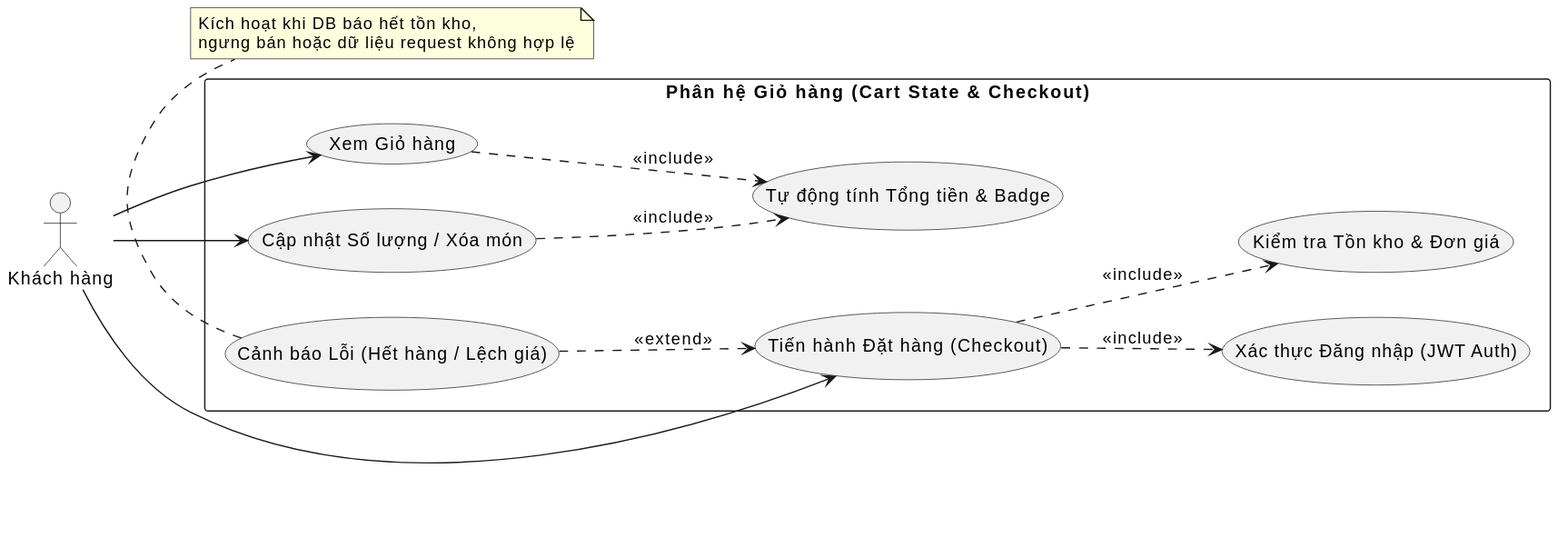
Earlier version of the PlantUML export docs/cart/usecase-cart.svg (ChienPM-27/BrewLite_02).
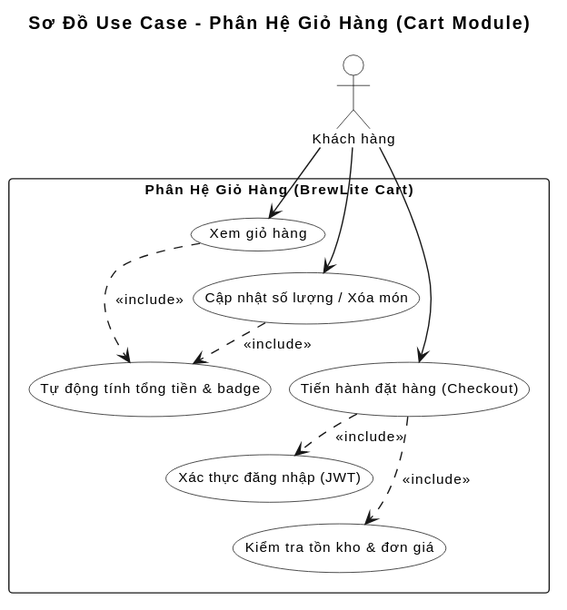
The same file after the commit.

Diff of the diagram source:
```diff
@@ -1,19 +1,31 @@
 @startuml
-left to right direction
-skinparam Maincolor #0052cc
-skinparam Backgroundcolor transparent
+title Sơ Đồ Use Case - Phân Hệ Giỏ Hàng (Cart Module)
+
+skinparam defaultFontName Arial
+skinparam shadowing false
+skinparam roundcorner 6
+skinparam defaultFontSize 11
+skinparam nodesep 14
+skinparam ranksep 16
+
+skinparam actor {
+    BackgroundColor white
+    BorderColor black
+}
+skinparam usecase {
+    BackgroundColor white
+    BorderColor black
+}
 
 actor "Khách hàng" as Client
 
-rectangle "Phân hệ Giỏ hàng (Cart State & Checkout)" {
-  usecase "Xem Giỏ hàng" as UC_View
-  usecase "Cập nhật Số lượng / Xóa món" as UC_Edit
-  usecase "Tự động tính Tổng tiền & Badge" as UC_Calc
-
-  usecase "Tiến hành Đặt hàng (Checkout)" as UC_Checkout
-  usecase "Xác thực Đăng nhập (JWT Auth)" as UC_Auth
-  usecase "Kiểm tra Tồn kho & Đơn giá" as UC_Validate
-  usecase "Cảnh báo Lỗi (Hết hàng / Lệch giá)" as UC_Error
+rectangle "Phân Hệ Giỏ Hàng (BrewLite Cart)" {
+    usecase "Xem giỏ hàng" as UC_View
+    usecase "Cập nhật số lượng / Xóa món" as UC_Edit
+    usecase "Tự động tính tổng tiền & badge" as UC_Calc
+    usecase "Tiến hành đặt hàng (Checkout)" as UC_Checkout
+    usecase "Xác thực đăng nhập (JWT)" as UC_Auth
+    usecase "Kiểm tra tồn kho & đơn giá" as UC_Validate
 }
 
 Client --> UC_View
@@ -22,10 +34,11 @@
 
 UC_Edit ..> UC_Calc : <<include>>
 UC_View ..> UC_Calc : <<include>>
+UC_Checkout ..> UC_Auth : <<include>>
+UC_Checkout ..> UC_Validate : <<include>>
 
-UC_Checkout ..> UC_Validate : <<include>>
-UC_Checkout ..> UC_Auth : <<include>>
-
-UC_Error ..> UC_Checkout : <<extend>>
-note bottom of UC_Error : Kích hoạt khi DB báo hết tồn kho,\nngưng bán hoặc dữ liệu request không hợp lệ
+UC_View -[hidden]down-> UC_Edit
+UC_Edit -[hidden]down-> UC_Checkout
+UC_Calc -[hidden]down-> UC_Auth
+UC_Auth -[hidden]down-> UC_Validate
 @enduml
```
